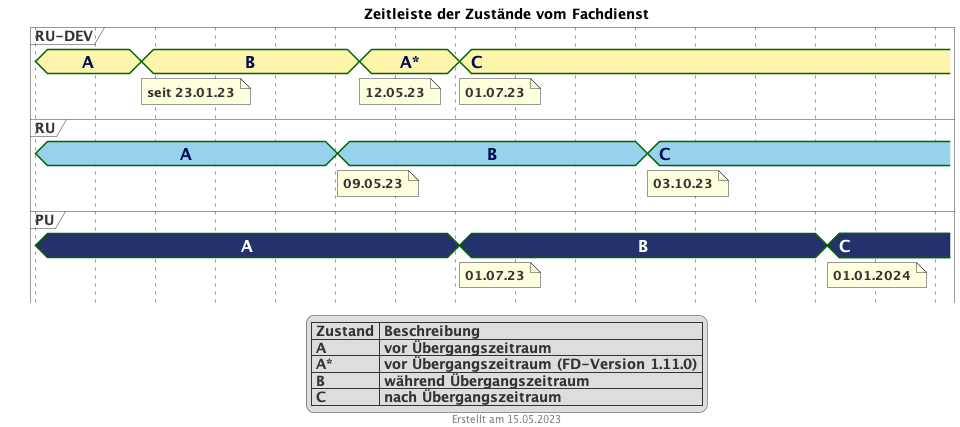
gematik/api-erp keeps this PlantUML diagram as images/puml_fd_zustaende_timeline.png. Above is the earlier version.
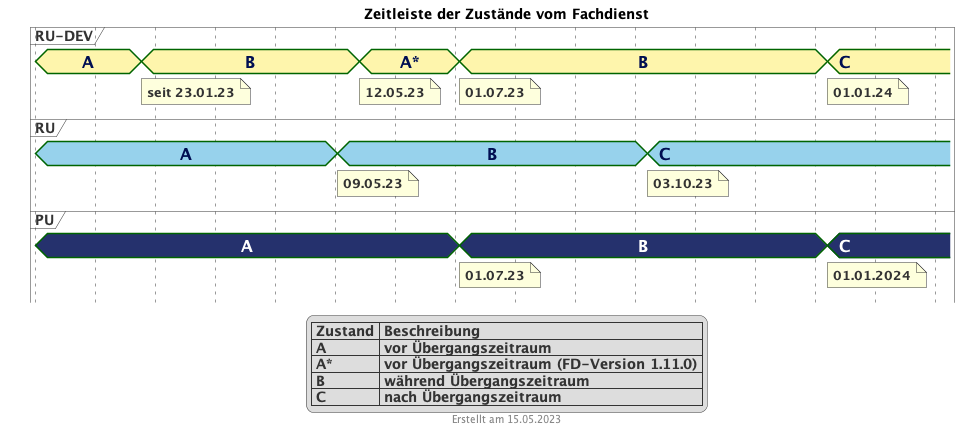
Later version of the same file.

Commit message:
Update des Zustandes des FD

Diff of the diagram source:
```diff
@@ -56,7 +56,7 @@
 @2023/07/01
 PU is "B"
 note bottom of PU : 01.07.23
-RUDEV is "C"
+RUDEV is "B"
 note bottom of RUDEV : 01.07.23
 
 @2023/10/03
@@ -67,6 +67,8 @@
 @2024/01/01
 PU is "C"
 note bottom of PU : 01.01.2024
+RUDEV is "C"
+note bottom of RUDEV : 01.01.24
 
 @2024/02/01
 
```
